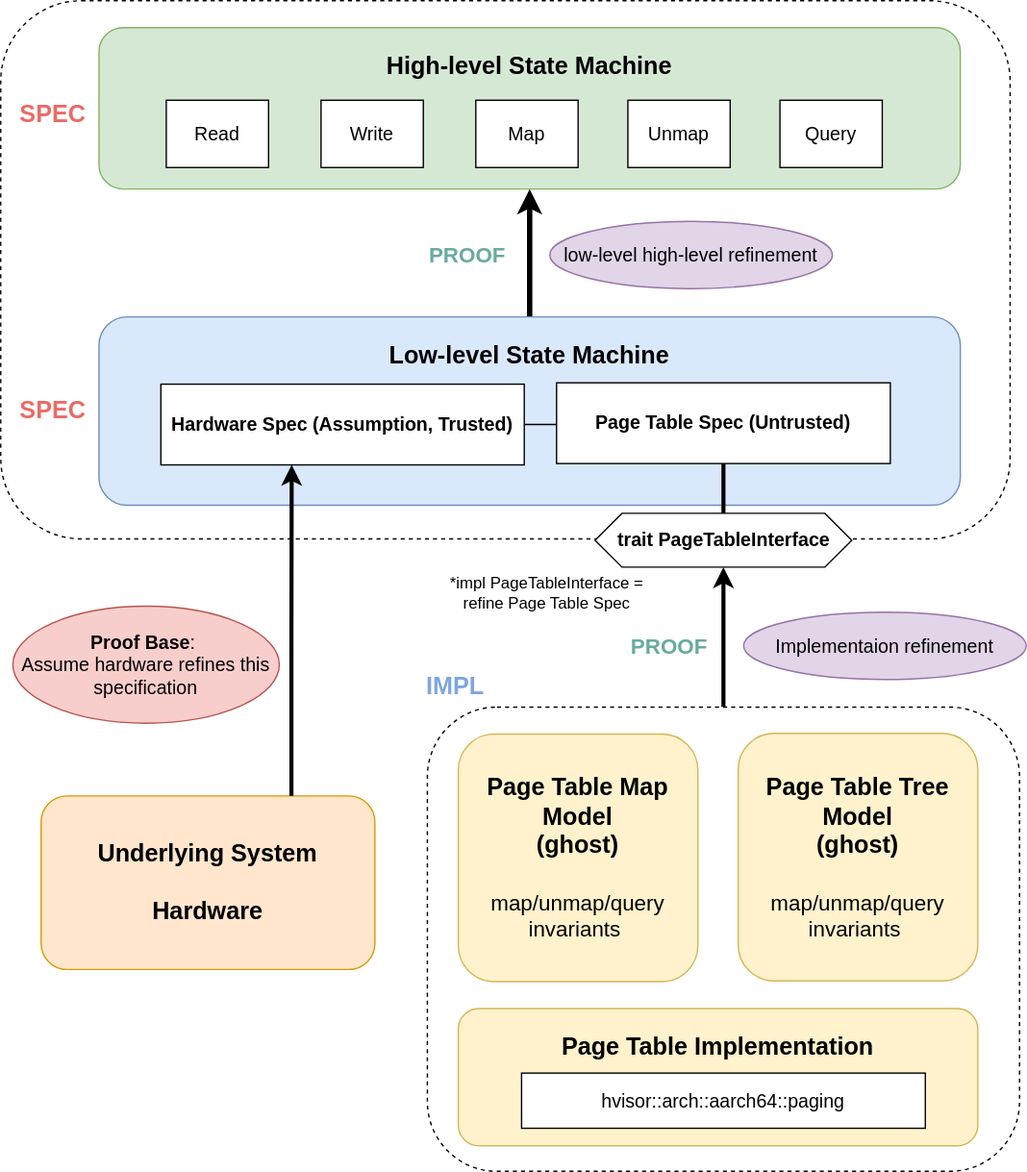
syswonder/verified-pt keeps this draw.io diagram as docs/arch.svg. Above is the earlier version. Source tidied: cells renumbered, new cells last; positions are measured from the earlier drawing's top-left corner, leaving out a move shared by most shapes.
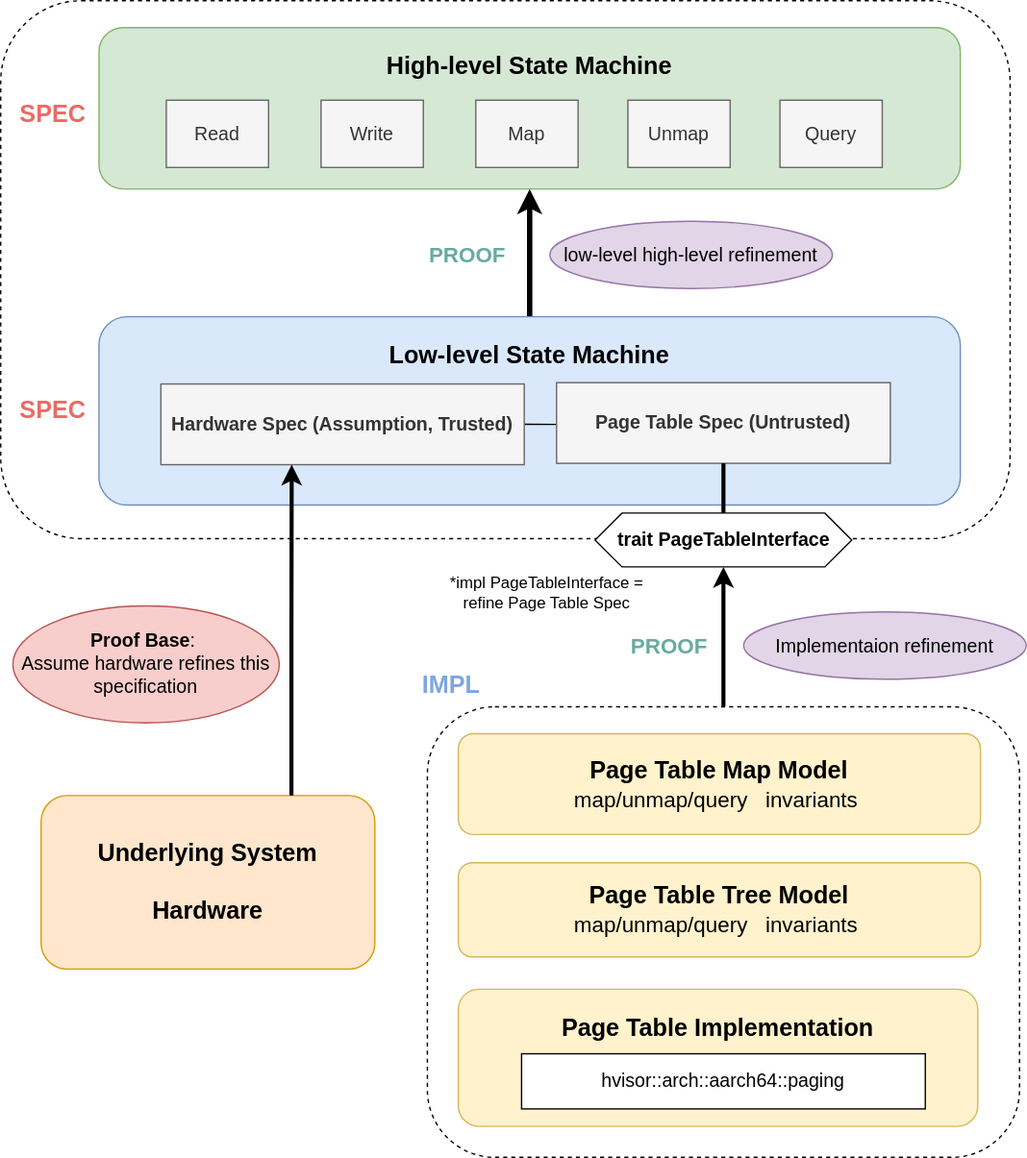
After the change.

Change to the diagram source:
```diff
@@ -6,7 +6,7 @@
       <mxGeometry relative="1" as="geometry" />
     </mxCell>
     <mxCell id="3" style="rounded=1;whiteSpace=wrap;html=1;dashed=1;" parent="1" vertex="1">
-      <mxGeometry x="317" y="525" width="440" height="345" as="geometry" />
+      <mxGeometry x="317" y="525" width="440" height="335" as="geometry" />
     </mxCell>
     <mxCell id="4" style="rounded=1;whiteSpace=wrap;html=1;dashed=1;" parent="1" vertex="1">
       <mxGeometry width="750" height="400" as="geometry" />
@@ -21,22 +21,22 @@
       <mxGeometry x="73" y="235" width="640" height="140" as="geometry" />
     </mxCell>
     <mxCell id="8" value="&lt;p&gt;&lt;font style=&quot;font-size: 18px;&quot;&gt;&lt;b&gt;Page Table Implementation&lt;/b&gt;&lt;/font&gt;&lt;/p&gt;" style="rounded=1;whiteSpace=wrap;html=1;verticalAlign=top;fillColor=#fff2cc;strokeColor=#d6b656;" parent="1" vertex="1">
-      <mxGeometry x="340" y="749" width="386" height="102" as="geometry" />
+      <mxGeometry x="340" y="735" width="386" height="102" as="geometry" />
     </mxCell>
-    <mxCell id="9" value="&lt;font style=&quot;font-size: 14px;&quot;&gt;Read&lt;/font&gt;" style="rounded=0;whiteSpace=wrap;html=1;" parent="1" vertex="1">
+    <mxCell id="9" value="&lt;font style=&quot;font-size: 14px;&quot;&gt;Read&lt;/font&gt;" style="rounded=0;whiteSpace=wrap;html=1;fillColor=#f5f5f5;fontColor=#333333;strokeColor=#666666;" parent="1" vertex="1">
       <mxGeometry x="123" y="74" width="76" height="50" as="geometry" />
     </mxCell>
-    <mxCell id="10" value="&lt;font style=&quot;font-size: 14px;&quot;&gt;Write&lt;/font&gt;" style="rounded=0;whiteSpace=wrap;html=1;" parent="1" vertex="1">
+    <mxCell id="10" value="&lt;font style=&quot;font-size: 14px;&quot;&gt;Write&lt;/font&gt;" style="rounded=0;whiteSpace=wrap;html=1;fillColor=#f5f5f5;fontColor=#333333;strokeColor=#666666;" parent="1" vertex="1">
       <mxGeometry x="238" y="74" width="76" height="50" as="geometry" />
     </mxCell>
-    <mxCell id="11" value="&lt;font style=&quot;font-size: 14px;&quot;&gt;Map&lt;/font&gt;" style="rounded=0;whiteSpace=wrap;html=1;" parent="1" vertex="1">
+    <mxCell id="11" value="&lt;font style=&quot;font-size: 14px;&quot;&gt;Map&lt;/font&gt;" style="rounded=0;whiteSpace=wrap;html=1;fillColor=#f5f5f5;fontColor=#333333;strokeColor=#666666;" parent="1" vertex="1">
       <mxGeometry x="353" y="74" width="76" height="50" as="geometry" />
     </mxCell>
-    <mxCell id="12" value="&lt;font style=&quot;font-size: 14px;&quot;&gt;Unmap&lt;/font&gt;" style="rounded=0;whiteSpace=wrap;html=1;" parent="1" vertex="1">
+    <mxCell id="12" value="&lt;font style=&quot;font-size: 14px;&quot;&gt;Unmap&lt;/font&gt;" style="rounded=0;whiteSpace=wrap;html=1;fillColor=#f5f5f5;fontColor=#333333;strokeColor=#666666;" parent="1" vertex="1">
       <mxGeometry x="466" y="74" width="76" height="50" as="geometry" />
     </mxCell>
     <mxCell id="13" value="hvisor::arch::aarch64::paging" style="rounded=0;whiteSpace=wrap;html=1;fontSize=14;" parent="1" vertex="1">
-      <mxGeometry x="387" y="797" width="300" height="41" as="geometry" />
+      <mxGeometry x="387" y="783" width="300" height="41" as="geometry" />
     </mxCell>
     <mxCell id="14" value="&lt;font style=&quot;font-size: 18px;&quot;&gt;&lt;b style=&quot;&quot;&gt;SPEC&lt;/b&gt;&lt;/font&gt;" style="text;html=1;align=center;verticalAlign=middle;whiteSpace=wrap;rounded=0;fontColor=light-dark(#EA6B66,#EDEDED);" parent="1" vertex="1">
       <mxGeometry x="9" y="70" width="60" height="30" as="geometry" />
@@ -45,7 +45,7 @@
       <mxGeometry x="9" y="290" width="60" height="30" as="geometry" />
     </mxCell>
     <mxCell id="16" value="&lt;font&gt;&lt;b&gt;IMPL&lt;/b&gt;&lt;/font&gt;" style="text;html=1;align=center;verticalAlign=middle;whiteSpace=wrap;rounded=0;fontColor=light-dark(#7EA6E0,#EDEDED);fontSize=18;" parent="1" vertex="1">
-      <mxGeometry x="308" y="494.5" width="60" height="30" as="geometry" />
+      <mxGeometry x="305" y="493.5" width="60" height="30" as="geometry" />
     </mxCell>
     <mxCell id="17" value="&lt;font style=&quot;font-size: 14px;&quot;&gt;low-level high-level refinement&lt;/font&gt;" style="ellipse;whiteSpace=wrap;html=1;fillColor=#e1d5e7;strokeColor=#9673a6;" parent="1" vertex="1">
       <mxGeometry x="408" y="164" width="210" height="50" as="geometry" />
@@ -62,13 +62,13 @@
     <mxCell id="21" style="edgeStyle=orthogonalEdgeStyle;rounded=0;jettySize=auto;html=1;exitX=1;exitY=0.5;exitDx=0;exitDy=0;exitPerimeter=0;entryX=0;entryY=0.5;entryDx=0;entryDy=0;endArrow=none;startFill=0;" parent="1" edge="1" source="22" target="24">
       <mxGeometry relative="1" as="geometry" />
     </mxCell>
-    <mxCell id="22" value="&lt;b&gt;&lt;font style=&quot;font-size: 14px;&quot;&gt;Hardware Spec (Assumption, Trusted)&lt;/font&gt;&lt;/b&gt;" style="rounded=0;whiteSpace=wrap;html=1;points=[[0,0,0,0,0],[0,0.25,0,0,0],[0,0.5,0,0,0],[0,0.75,0,0,0],[0,1,0,0,0],[0.25,0,0,0,0],[0.36,1,0,0,0],[0.5,0,0,0,0],[0.5,1,0,0,0],[0.75,0,0,0,0],[0.75,1,0,0,0],[1,0,0,0,0],[1,0.25,0,0,0],[1,0.5,0,0,0],[1,0.75,0,0,0],[1,1,0,0,0]];" parent="1" vertex="1">
+    <mxCell id="22" value="&lt;b&gt;&lt;font style=&quot;font-size: 14px;&quot;&gt;Hardware Spec (Assumption, Trusted)&lt;/font&gt;&lt;/b&gt;" style="rounded=0;whiteSpace=wrap;html=1;points=[[0,0,0,0,0],[0,0.25,0,0,0],[0,0.5,0,0,0],[0,0.75,0,0,0],[0,1,0,0,0],[0.25,0,0,0,0],[0.36,1,0,0,0],[0.5,0,0,0,0],[0.5,1,0,0,0],[0.75,0,0,0,0],[0.75,1,0,0,0],[1,0,0,0,0],[1,0.25,0,0,0],[1,0.5,0,0,0],[1,0.75,0,0,0],[1,1,0,0,0]];fillColor=#f5f5f5;fontColor=#333333;strokeColor=#666666;" parent="1" vertex="1">
       <mxGeometry x="119" y="285" width="270" height="60" as="geometry" />
     </mxCell>
-    <mxCell id="23" value="&lt;span style=&quot;font-size: 14px;&quot;&gt;Query&lt;/span&gt;" style="rounded=0;whiteSpace=wrap;html=1;" parent="1" vertex="1">
+    <mxCell id="23" value="&lt;span style=&quot;font-size: 14px;&quot;&gt;Query&lt;/span&gt;" style="rounded=0;whiteSpace=wrap;html=1;fillColor=#f5f5f5;fontColor=#333333;strokeColor=#666666;" parent="1" vertex="1">
       <mxGeometry x="579" y="74" width="76" height="50" as="geometry" />
     </mxCell>
-    <mxCell id="24" value="&lt;font style=&quot;font-size: 14px;&quot;&gt;&lt;b&gt;Page Table Spec (Untrusted)&lt;/b&gt;&lt;/font&gt;" style="rounded=0;whiteSpace=wrap;html=1;" parent="1" vertex="1">
+    <mxCell id="24" value="&lt;font style=&quot;font-size: 14px;&quot;&gt;&lt;b&gt;Page Table Spec (Untrusted)&lt;/b&gt;&lt;/font&gt;" style="rounded=0;whiteSpace=wrap;html=1;fillColor=#f5f5f5;fontColor=#333333;strokeColor=#666666;" parent="1" vertex="1">
       <mxGeometry x="413" y="284" width="248" height="60" as="geometry" />
     </mxCell>
     <mxCell id="25" style="edgeStyle=orthogonalEdgeStyle;rounded=0;jettySize=auto;html=1;exitX=0.5;exitY=0;exitDx=0;exitDy=0;entryX=0.5;entryY=1;entryDx=0;entryDy=0;strokeWidth=3;endArrow=none;startFill=0;" parent="1" edge="1" source="26" target="24">
@@ -89,11 +89,11 @@
     <mxCell id="30" value="&lt;font style=&quot;font-size: 14px;&quot;&gt;&lt;b&gt;Proof Base&lt;/b&gt;:&amp;nbsp;&lt;/font&gt;&lt;div&gt;&lt;font style=&quot;font-size: 14px;&quot;&gt;Assume hardware refines this specification&lt;/font&gt;&lt;/div&gt;" style="ellipse;whiteSpace=wrap;html=1;fillColor=#f8cecc;strokeColor=#b85450;" parent="1" vertex="1">
       <mxGeometry x="9" y="450" width="198" height="87" as="geometry" />
     </mxCell>
-    <mxCell id="31" value="&lt;font style=&quot;font-size: 18px;&quot;&gt;&lt;b&gt;Page Table Map Model&lt;/b&gt;&lt;/font&gt;&lt;div&gt;&lt;span style=&quot;font-size: 18px;&quot;&gt;&lt;b&gt;(ghost)&lt;br&gt;&lt;/b&gt;&lt;/span&gt;&lt;div&gt;&lt;font style=&quot;font-size: 18px;&quot;&gt;&lt;b&gt;&lt;br&gt;&lt;/b&gt;&lt;/font&gt;&lt;/div&gt;&lt;div&gt;&lt;font style=&quot;font-size: 18px;&quot;&gt;&lt;div style=&quot;font-size: 12px;&quot;&gt;&lt;font style=&quot;font-size: 16px;&quot;&gt;map/unmap/query&lt;/font&gt;&lt;/div&gt;&lt;div style=&quot;font-size: 12px;&quot;&gt;&lt;font style=&quot;font-size: 16px;&quot;&gt;invariants&amp;nbsp;&lt;/font&gt;&lt;/div&gt;&lt;/font&gt;&lt;/div&gt;&lt;/div&gt;" style="rounded=1;whiteSpace=wrap;html=1;fillColor=#fff2cc;strokeColor=#d6b656;" parent="1" vertex="1">
-      <mxGeometry x="340" y="545" width="178" height="184" as="geometry" />
+    <mxCell id="31" value="&lt;font style=&quot;font-size: 18px;&quot;&gt;&lt;b&gt;Page Table Map Model&lt;/b&gt;&lt;/font&gt;&lt;div&gt;&lt;div&gt;&lt;font style=&quot;font-size: 18px;&quot;&gt;&lt;div style=&quot;font-size: 12px;&quot;&gt;&lt;font style=&quot;font-size: 16px;&quot;&gt;map/unmap/query&lt;span style=&quot;white-space: pre;&quot;&gt;&#9;&lt;/span&gt;&lt;/font&gt;&lt;span style=&quot;font-size: 16px; background-color: transparent; color: light-dark(rgb(0, 0, 0), rgb(255, 255, 255));&quot;&gt;invariants&amp;nbsp;&lt;/span&gt;&lt;/div&gt;&lt;/font&gt;&lt;/div&gt;&lt;/div&gt;" style="rounded=1;whiteSpace=wrap;html=1;fillColor=#fff2cc;strokeColor=#d6b656;" parent="1" vertex="1">
+      <mxGeometry x="340" y="545" width="388" height="75" as="geometry" />
     </mxCell>
-    <mxCell id="32" value="&lt;font style=&quot;font-size: 18px;&quot;&gt;&lt;b&gt;Page Table Tree Model&lt;/b&gt;&lt;/font&gt;&lt;div&gt;&lt;span style=&quot;font-size: 18px;&quot;&gt;&lt;b&gt;(ghost)&lt;br&gt;&lt;/b&gt;&lt;/span&gt;&lt;div&gt;&lt;span style=&quot;font-size: 18px;&quot;&gt;&lt;b&gt;&lt;br&gt;&lt;/b&gt;&lt;/span&gt;&lt;div&gt;&lt;font style=&quot;&quot;&gt;&lt;font style=&quot;font-size: 16px;&quot;&gt;map/unmap/query&lt;/font&gt;&lt;/font&gt;&lt;/div&gt;&lt;div&gt;&lt;font style=&quot;font-size: 16px;&quot;&gt;invariants&amp;nbsp;&lt;/font&gt;&lt;/div&gt;&lt;/div&gt;&lt;/div&gt;" style="rounded=1;whiteSpace=wrap;html=1;fillColor=#fff2cc;strokeColor=#d6b656;" parent="1" vertex="1">
-      <mxGeometry x="548" y="544.5" width="178" height="184" as="geometry" />
+    <mxCell id="32" value="&lt;font style=&quot;font-size: 18px;&quot;&gt;&lt;b&gt;Page Table Tree Model&lt;/b&gt;&lt;/font&gt;&lt;div&gt;&lt;div&gt;&lt;font style=&quot;&quot;&gt;&lt;font style=&quot;font-size: 16px;&quot;&gt;map/unmap/query&lt;span style=&quot;white-space: pre;&quot;&gt;&#9;&lt;/span&gt;&lt;/font&gt;&lt;/font&gt;&lt;span style=&quot;font-size: 16px; background-color: transparent; color: light-dark(rgb(0, 0, 0), rgb(255, 255, 255));&quot;&gt;invariants&amp;nbsp;&lt;/span&gt;&lt;/div&gt;&lt;/div&gt;" style="rounded=1;whiteSpace=wrap;html=1;fillColor=#fff2cc;strokeColor=#d6b656;" parent="1" vertex="1">
+      <mxGeometry x="340" y="641" width="388" height="70" as="geometry" />
     </mxCell>
   </root>
 </mxGraphModel>
```
